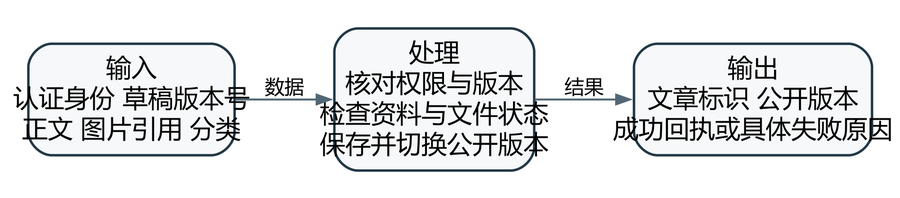
jason-bitc/HZCU-CampusHub keeps this Graphviz diagram as docs/project/models/图表与模型/IPO01.png. Above is the earlier version. Its source is kept beside it as docs/project/models/图表与模型/IPO01.dot.
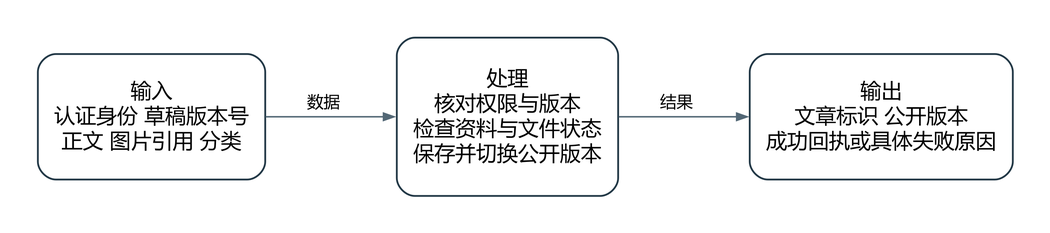
Above is the later version.

The edit, as a diff of the source:
```diff
@@ -1,10 +1,10 @@
 digraph G {
-graph [rankdir=LR,nodesep=0.30,ranksep=0.48,bgcolor="white",splines=polyline,pad=0.20];
-node [fontname="Microsoft YaHei",fontsize=13,color="#223846",penwidth=1.25,margin="0.10,0.07",style="rounded,filled",fillcolor="#F6F8FA"];
-edge [fontname="Microsoft YaHei",fontsize=10,color="#526775",arrowsize=0.7];
-"I" [shape=box,label="输入\n认证身份 草稿版本号\n正文 图片引用 分类"];
-"P" [shape=box,label="处理\n核对权限与版本\n检查资料与文件状态\n保存并切换公开版本"];
-"O" [shape=box,label="输出\n文章标识 公开版本\n成功回执或具体失败原因"];
-"I" -> "P" [label="数据"];
-"P" -> "O" [label="结果"];
+graph [rankdir=LR,nodesep=0.45,ranksep=0.65,bgcolor="white",splines=polyline,pad=0.35];
+node [fontname="Microsoft YaHei",fontsize=14,color="#223846",penwidth=1.2,margin="0.12,0.10",fillcolor="white",style="filled"];
+edge [fontname="Microsoft YaHei",fontsize=11,color="#526775",arrowsize=0.7];
+"I" [shape=box,label="输入\n认证身份 草稿版本号\n正文 图片引用 分类",width=2.112,height=1.167,style="rounded,filled"];
+"P" [shape=box,label="处理\n核对权限与版本\n检查资料与文件状态\n保存并切换公开版本",width=2.056,height=1.472,style="rounded,filled"];
+"O" [shape=box,label="输出\n文章标识 公开版本\n成功回执或具体失败原因",width=2.444,height=1.167,style="rounded,filled"];
+"I" -> "P" [label=<<TABLE BORDER="0" CELLBORDER="0" CELLPADDING="2" WIDTH="40"><TR><TD><FONT FACE="Microsoft YaHei" POINT-SIZE="11">数据</FONT></TD></TR></TABLE>>];
+"P" -> "O" [label=<<TABLE BORDER="0" CELLBORDER="0" CELLPADDING="2" WIDTH="40"><TR><TD><FONT FACE="Microsoft YaHei" POINT-SIZE="11">结果</FONT></TD></TR></TABLE>>];
 }
```
